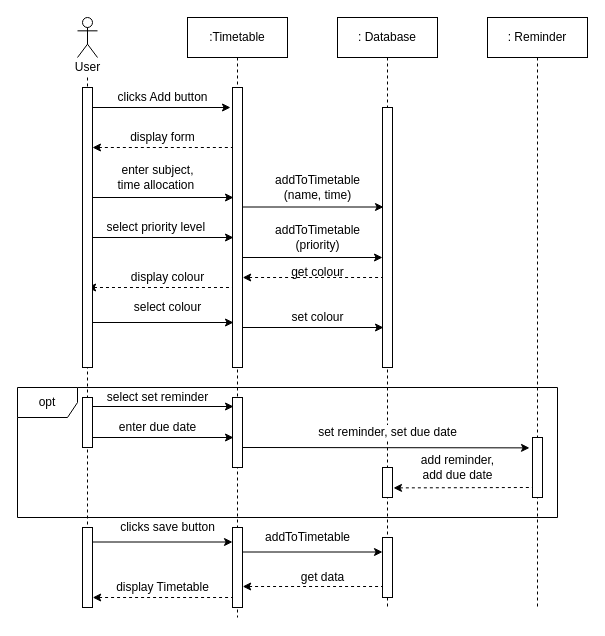
Above: CreateReminder(seq).drawio in FaizAnuar/ashisu (draw.io), before the change. Source tidied: cells renumbered, new cells numbered last; positions are measured from the earlier drawing's top-left corner, leaving out a move shared by most shapes. Both pictures are drawn from the tidied source at 100%, with x=0, y=0 at pixel (17, 17).
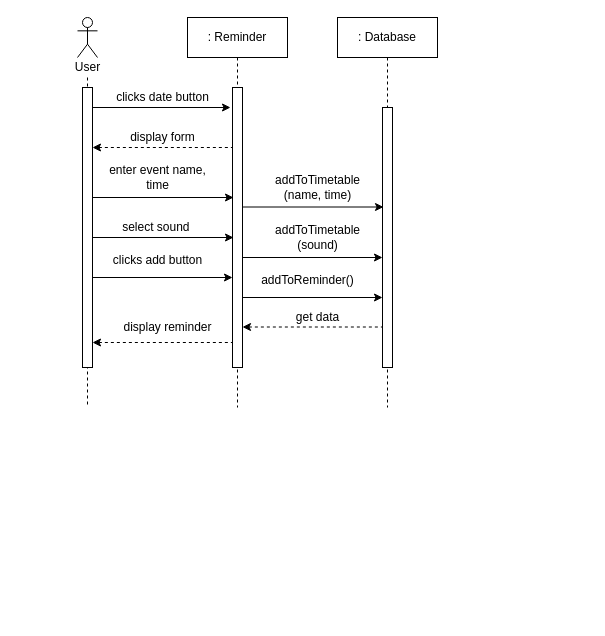
The same diagram, later.

Unchanged cells that the change refers to:
```xml
<mxCell id="7" value=": Database" style="rounded=0;whiteSpace=wrap;html=1;" parent="1" vertex="1">
  <mxGeometry x="320" width="100" height="40" as="geometry" />
</mxCell>
<mxCell id="11" value="User" style="text;html=1;align=center;verticalAlign=middle;points=[];strokeColor=none;" parent="1" vertex="1">
  <mxGeometry x="50" y="40" width="40" height="20" as="geometry" />
</mxCell>
```

Change to the diagram source:
```diff
@@
-    <mxCell id="2" value="opt" style="shape=umlFrame;whiteSpace=wrap;html=1;fillColor=#FFFFFF;" parent="1" vertex="1">
-      <mxGeometry y="370" width="540" height="130" as="geometry" />
-    </mxCell>
     <mxCell id="3" style="edgeStyle=orthogonalEdgeStyle;rounded=0;jettySize=auto;html=1;endArrow=none;endFill=0;dashed=1;" parent="1" edge="1" source="11">
       <mxGeometry relative="1" as="geometry">
-        <mxPoint x="70" y="590" as="targetPoint" />
+        <mxPoint x="70" y="390" as="targetPoint" />
       </mxGeometry>
     </mxCell>
@@
-    <mxCell id="5" value=":Timetable" style="rounded=0;whiteSpace=wrap;html=1;" parent="1" vertex="1">
+    <mxCell id="5" value=": Reminder" style="rounded=0;whiteSpace=wrap;html=1;" parent="1" vertex="1">
       <mxGeometry x="170" width="100" height="40" as="geometry" />
     </mxCell>
     <mxCell id="6" style="edgeStyle=orthogonalEdgeStyle;rounded=0;jettySize=auto;html=1;endArrow=none;endFill=0;dashed=1;" parent="1" edge="1" source="7">
       <mxGeometry relative="1" as="geometry">
-        <mxPoint x="370" y="590" as="targetPoint" />
+        <mxPoint x="370" y="390" as="targetPoint" />
       </mxGeometry>
     </mxCell>
@@
-    <mxCell id="9" value="clicks Add button" style="text;html=1;align=center;verticalAlign=middle;strokeColor=none;" parent="1" vertex="1">
+    <mxCell id="9" value="clicks date button" style="text;html=1;align=center;verticalAlign=middle;strokeColor=none;" parent="1" vertex="1">
       <mxGeometry x="90" y="70" width="110" height="20" as="geometry" />
     </mxCell>
@@
-    <mxCell id="14" style="endArrow=none;html=1;entryX=-0.02;entryY=0.222;entryDx=0;entryDy=0;entryPerimeter=0;startArrow=classic;startFill=1;endFill=0;dashed=1;" parent="1" edge="1">
-      <mxGeometry relative="1" as="geometry">
-        <mxPoint x="225.2" y="260" as="sourcePoint" />
-        <mxPoint x="365" y="260" as="targetPoint" />
-      </mxGeometry>
-    </mxCell>
     <mxCell id="15" style="edgeStyle=orthogonalEdgeStyle;rounded=0;jettySize=auto;html=1;endArrow=none;endFill=0;dashed=1;" parent="1" edge="1" source="5">
       <mxGeometry relative="1" as="geometry">
-        <mxPoint x="220" y="600" as="targetPoint" />
+        <mxPoint x="220" y="390" as="targetPoint" />
         <Array as="points">
           <mxPoint x="220" y="130" />
           <mxPoint x="220" y="130" />
         </Array>
       </mxGeometry>
     </mxCell>
@@
-    <mxCell id="17" value="enter subject, &lt;br&gt;time allocation&amp;nbsp;" style="text;html=1;align=center;verticalAlign=middle;strokeColor=none;" parent="1" vertex="1">
-      <mxGeometry x="90" y="145" width="100" height="30" as="geometry" />
+    <mxCell id="17" value="enter event name, &lt;br&gt;time" style="text;html=1;align=center;verticalAlign=middle;strokeColor=none;" parent="1" vertex="1">
+      <mxGeometry x="85" y="145" width="110" height="30" as="geometry" />
     </mxCell>
@@
-    <mxCell id="21" style="endArrow=classic;html=1;" parent="1" edge="1">
-      <mxGeometry relative="1" as="geometry">
-        <mxPoint x="75" y="389" as="sourcePoint" />
-        <mxPoint x="216" y="389" as="targetPoint" />
-      </mxGeometry>
-    </mxCell>
-    <mxCell id="22" style="endArrow=classic;html=1;entryX=-0.3;entryY=0.173;entryDx=0;entryDy=0;entryPerimeter=0;" parent="1" edge="1" target="51">
-      <mxGeometry relative="1" as="geometry">
-        <mxPoint x="224" y="430" as="sourcePoint" />
-      </mxGeometry>
-    </mxCell>
-    <mxCell id="23" style="endArrow=none;html=1;entryX=0.5;entryY=0.833;entryDx=0;entryDy=0;entryPerimeter=0;startArrow=classic;startFill=1;endFill=0;dashed=1;exitX=1.1;exitY=0.68;exitDx=0;exitDy=0;exitPerimeter=0;" parent="1" edge="1" source="40" target="51">
-      <mxGeometry relative="1" as="geometry" />
-    </mxCell>
-    <mxCell id="24" value="select priority level&amp;nbsp;" style="text;html=1;align=center;verticalAlign=middle;strokeColor=none;" parent="1" vertex="1">
-      <mxGeometry x="80" y="200" width="120" height="20" as="geometry" />
+    <mxCell id="24" value="select sound&amp;nbsp;" style="text;html=1;align=center;verticalAlign=middle;strokeColor=none;" parent="1" vertex="1">
+      <mxGeometry x="95" y="200" width="90" height="20" as="geometry" />
     </mxCell>
@@
-    <mxCell id="26" value="addToTimetable&lt;br&gt;(priority)" style="text;html=1;align=center;verticalAlign=middle;strokeColor=none;" parent="1" vertex="1">
+    <mxCell id="26" value="addToTimetable&lt;br&gt;(sound)" style="text;html=1;align=center;verticalAlign=middle;strokeColor=none;" parent="1" vertex="1">
       <mxGeometry x="250" y="200" width="100" height="40" as="geometry" />
     </mxCell>
-    <mxCell id="27" value="select set reminder" style="text;html=1;align=center;verticalAlign=middle;strokeColor=none;" parent="1" vertex="1">
-      <mxGeometry x="80" y="370" width="120" height="20" as="geometry" />
-    </mxCell>
     <mxCell id="28" style="endArrow=classic;html=1;" parent="1" edge="1">
       <mxGeometry relative="1" as="geometry">
-        <mxPoint x="75" y="305" as="sourcePoint" />
-        <mxPoint x="216" y="305" as="targetPoint" />
+        <mxPoint x="74" y="260" as="sourcePoint" />
+        <mxPoint x="215" y="260" as="targetPoint" />
       </mxGeometry>
     </mxCell>
-    <mxCell id="29" style="endArrow=classic;html=1;" parent="1" edge="1">
-      <mxGeometry relative="1" as="geometry">
-        <mxPoint x="75" y="420" as="sourcePoint" />
-        <mxPoint x="216" y="420" as="targetPoint" />
-      </mxGeometry>
-    </mxCell>
-    <mxCell id="30" style="endArrow=classic;html=1;" parent="1" edge="1">
-      <mxGeometry relative="1" as="geometry">
-        <mxPoint x="224" y="534.5" as="sourcePoint" />
-        <mxPoint x="365" y="534.5" as="targetPoint" />
-      </mxGeometry>
-    </mxCell>
-    <mxCell id="31" style="endArrow=classic;html=1;" parent="1" edge="1">
-      <mxGeometry relative="1" as="geometry">
-        <mxPoint x="74" y="524.5" as="sourcePoint" />
-        <mxPoint x="215" y="524.5" as="targetPoint" />
-      </mxGeometry>
-    </mxCell>
-    <mxCell id="32" value="select colour" style="text;html=1;align=center;verticalAlign=middle;strokeColor=none;" parent="1" vertex="1">
-      <mxGeometry x="110" y="280" width="80" height="20" as="geometry" />
+    <mxCell id="32" value="clicks add button" style="text;html=1;align=center;verticalAlign=middle;strokeColor=none;" parent="1" vertex="1">
+      <mxGeometry x="85" y="232.5" width="110" height="20" as="geometry" />
     </mxCell>
-    <mxCell id="33" value="set colour" style="text;html=1;align=center;verticalAlign=middle;strokeColor=none;" parent="1" vertex="1">
-      <mxGeometry x="265" y="290" width="70" height="20" as="geometry" />
+    <mxCell id="33" value="addToReminder()" style="text;html=1;align=center;verticalAlign=middle;strokeColor=none;" parent="1" vertex="1">
+      <mxGeometry x="235" y="252.5" width="110" height="20" as="geometry" />
     </mxCell>
-    <mxCell id="34" style="html=1;perimeter=orthogonalPerimeter;fillColor=#FFFFFF;" parent="1" vertex="1">
-      <mxGeometry x="65" y="380" width="10" height="50" as="geometry" />
-    </mxCell>
@@
-    <mxCell id="38" style="html=1;perimeter=orthogonalPerimeter;fillColor=#FFFFFF;" parent="1" vertex="1">
-      <mxGeometry x="215" y="380" width="10" height="70" as="geometry" />
-    </mxCell>
-    <mxCell id="39" style="html=1;perimeter=orthogonalPerimeter;fillColor=#FFFFFF;" parent="1" vertex="1">
-      <mxGeometry x="65" y="510" width="10" height="80" as="geometry" />
-    </mxCell>
-    <mxCell id="40" style="html=1;points=[];perimeter=orthogonalPerimeter;fillColor=#FFFFFF;" parent="1" vertex="1">
-      <mxGeometry x="365" y="450" width="10" height="30" as="geometry" />
-    </mxCell>
@@
-    <mxCell id="42" value="enter due date" style="text;html=1;align=center;verticalAlign=middle;strokeColor=none;" parent="1" vertex="1">
-      <mxGeometry x="95" y="400" width="90" height="20" as="geometry" />
-    </mxCell>
-    <mxCell id="43" style="edgeStyle=orthogonalEdgeStyle;rounded=0;jettySize=auto;html=1;dashed=1;startArrow=none;startFill=0;endArrow=none;endFill=0;" parent="1" edge="1" source="44">
-      <mxGeometry relative="1" as="geometry">
-        <mxPoint x="520" y="590" as="targetPoint" />
-        <Array as="points">
-          <mxPoint x="520" y="590" />
-        </Array>
-      </mxGeometry>
-    </mxCell>
-    <mxCell id="44" value=": Reminder" style="rounded=0;whiteSpace=wrap;html=1;" parent="1" vertex="1">
-      <mxGeometry x="470" width="100" height="40" as="geometry" />
-    </mxCell>
     <mxCell id="45" style="endArrow=classic;html=1;" parent="1" edge="1">
       <mxGeometry relative="1" as="geometry">
-        <mxPoint x="225" y="310" as="sourcePoint" />
-        <mxPoint x="366" y="310" as="targetPoint" />
+        <mxPoint x="224" y="280" as="sourcePoint" />
+        <mxPoint x="365" y="280" as="targetPoint" />
       </mxGeometry>
     </mxCell>
-    <mxCell id="46" style="endArrow=none;html=1;startArrow=classic;startFill=1;endFill=0;dashed=1;" parent="1" edge="1">
-      <mxGeometry relative="1" as="geometry">
-        <mxPoint x="70.1" y="270" as="sourcePoint" />
-        <mxPoint x="220" y="270" as="targetPoint" />
-      </mxGeometry>
-    </mxCell>
-    <mxCell id="47" value="&lt;span style=&quot;background-color: rgb(255 , 255 , 255)&quot;&gt;display colour&lt;/span&gt;" style="text;html=1;align=center;verticalAlign=middle;strokeColor=none;" parent="1" vertex="1">
-      <mxGeometry x="105" y="250" width="90" height="20" as="geometry" />
-    </mxCell>
-    <mxCell id="48" value="get colour" style="text;html=1;align=center;verticalAlign=middle;strokeColor=none;" parent="1" vertex="1">
-      <mxGeometry x="265" y="245" width="70" height="20" as="geometry" />
-    </mxCell>
-    <mxCell id="49" value="&lt;span style=&quot;background-color: rgb(255 , 255 , 255)&quot;&gt;set reminder, set due date&lt;/span&gt;" style="text;html=1;align=center;verticalAlign=middle;strokeColor=none;" parent="1" vertex="1">
-      <mxGeometry x="295" y="405" width="150" height="20" as="geometry" />
-    </mxCell>
-    <mxCell id="50" style="html=1;perimeter=orthogonalPerimeter;fillColor=#FFFFFF;" parent="1" vertex="1">
-      <mxGeometry x="215" y="510" width="10" height="80" as="geometry" />
-    </mxCell>
-    <mxCell id="51" style="html=1;points=[];perimeter=orthogonalPerimeter;fillColor=#FFFFFF;" parent="1" vertex="1">
-      <mxGeometry x="515" y="420" width="10" height="60" as="geometry" />
-    </mxCell>
-    <mxCell id="52" value="&lt;span style=&quot;background-color: rgb(255 , 255 , 255)&quot;&gt;add reminder, &lt;br&gt;add due date&lt;/span&gt;" style="text;html=1;align=center;verticalAlign=middle;strokeColor=none;" parent="1" vertex="1">
-      <mxGeometry x="395" y="435" width="90" height="30" as="geometry" />
-    </mxCell>
@@
-    <mxCell id="55" value="clicks save button" style="text;html=1;align=center;verticalAlign=middle;strokeColor=none;" parent="1" vertex="1">
-      <mxGeometry x="95" y="500" width="110" height="20" as="geometry" />
-    </mxCell>
-    <mxCell id="56" style="html=1;perimeter=orthogonalPerimeter;fillColor=#FFFFFF;" parent="1" vertex="1">
-      <mxGeometry x="365" y="520" width="10" height="60" as="geometry" />
-    </mxCell>
     <mxCell id="57" style="endArrow=none;html=1;entryX=-0.02;entryY=0.222;entryDx=0;entryDy=0;entryPerimeter=0;startArrow=classic;startFill=1;endFill=0;dashed=1;" parent="1" edge="1">
       <mxGeometry relative="1" as="geometry">
-        <mxPoint x="75.2" y="580" as="sourcePoint" />
-        <mxPoint x="215" y="580" as="targetPoint" />
+        <mxPoint x="75" y="325" as="sourcePoint" />
+        <mxPoint x="214.8" y="325" as="targetPoint" />
       </mxGeometry>
     </mxCell>
     <mxCell id="58" style="endArrow=none;html=1;entryX=-0.02;entryY=0.222;entryDx=0;entryDy=0;entryPerimeter=0;startArrow=classic;startFill=1;endFill=0;dashed=1;" parent="1" edge="1">
       <mxGeometry relative="1" as="geometry">
-        <mxPoint x="225.2" y="569" as="sourcePoint" />
-        <mxPoint x="365" y="569" as="targetPoint" />
+        <mxPoint x="225" y="309.5" as="sourcePoint" />
+        <mxPoint x="364.8" y="309.5" as="targetPoint" />
       </mxGeometry>
     </mxCell>
-    <mxCell id="59" value="addToTimetable" style="text;html=1;align=center;verticalAlign=middle;strokeColor=none;" parent="1" vertex="1">
-      <mxGeometry x="240" y="510" width="100" height="20" as="geometry" />
-    </mxCell>
     <mxCell id="60" value="get data" style="text;html=1;align=center;verticalAlign=middle;strokeColor=none;" parent="1" vertex="1">
-      <mxGeometry x="275" y="550" width="60" height="20" as="geometry" />
+      <mxGeometry x="270" y="290" width="60" height="20" as="geometry" />
     </mxCell>
-    <mxCell id="61" value="display Timetable" style="text;html=1;align=center;verticalAlign=middle;strokeColor=none;" parent="1" vertex="1">
-      <mxGeometry x="90" y="560" width="110" height="20" as="geometry" />
+    <mxCell id="61" value="display reminder" style="text;html=1;align=center;verticalAlign=middle;strokeColor=none;" parent="1" vertex="1">
+      <mxGeometry x="100" y="300" width="100" height="20" as="geometry" />
     </mxCell>
```
